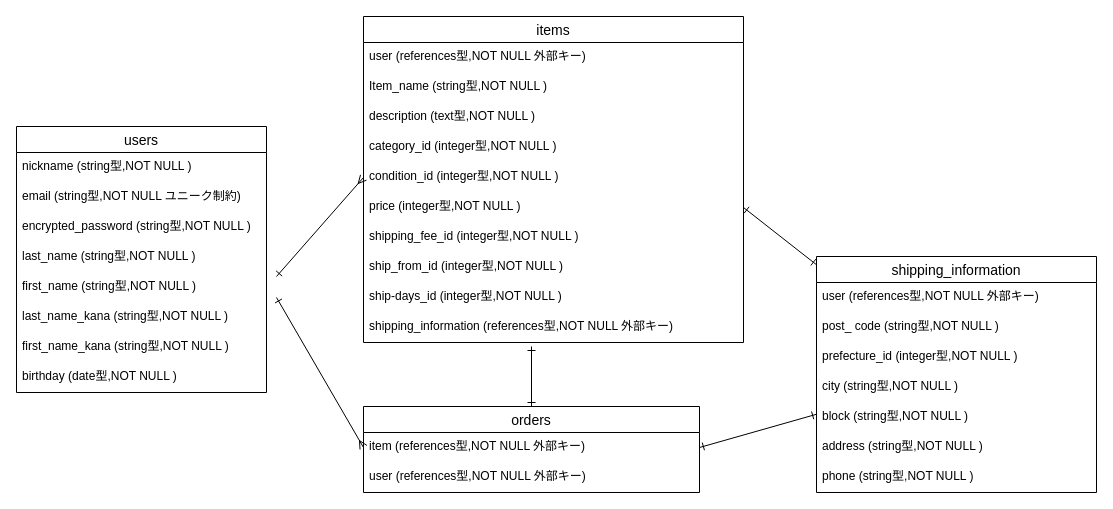
This is furima.dio from kotalo122/furima-38818, a draw.io file, before an edit. Source tidied: cells renumbered, new cells numbered last; positions are measured from the earlier drawing's top-left corner, leaving out a move shared by most shapes. Both pictures are drawn from the tidied source at 100%, with x=0, y=0 at pixel (16, 16).
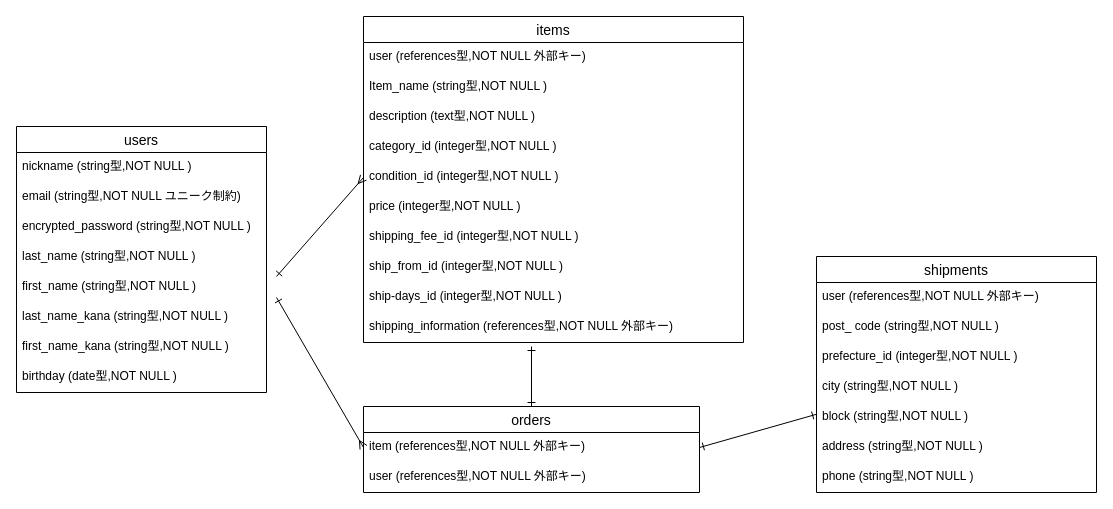
Above is the later version.

Commit message (it also covers changes not shown here):
データベース設計３回目

The change refers to these unchanged cells:
```xml
<mxCell id="17" value="price (integer型,NOT NULL )&#10;" style="text;strokeColor=none;fillColor=none;spacingLeft=4;spacingRight=4;overflow=hidden;points=[[0,0.5],[1,0.5]];portConstraint=eastwest;fontSize=12;" parent="11" vertex="1">
  <mxGeometry y="176" width="380" height="30" as="geometry" />
</mxCell>
```

What changed in the source:
```diff
@@
-    <mxCell id="26" style="edgeStyle=none;html=1;entryX=1;entryY=0.5;entryDx=0;entryDy=0;startArrow=ERone;startFill=0;endArrow=ERone;endFill=0;" parent="1" edge="1" source="28" target="17">
-      <mxGeometry relative="1" as="geometry" />
-    </mxCell>
@@
-    <mxCell id="28" value="shipping_information" style="swimlane;fontStyle=0;horizontal=1;startSize=26;align=center;fontSize=14;" parent="1" vertex="1">
+    <mxCell id="28" value="shipments" style="swimlane;fontStyle=0;horizontal=1;startSize=26;align=center;fontSize=14;" parent="1" vertex="1">
       <mxGeometry x="800" y="240" width="280" height="236" as="geometry" />
     </mxCell>
```
